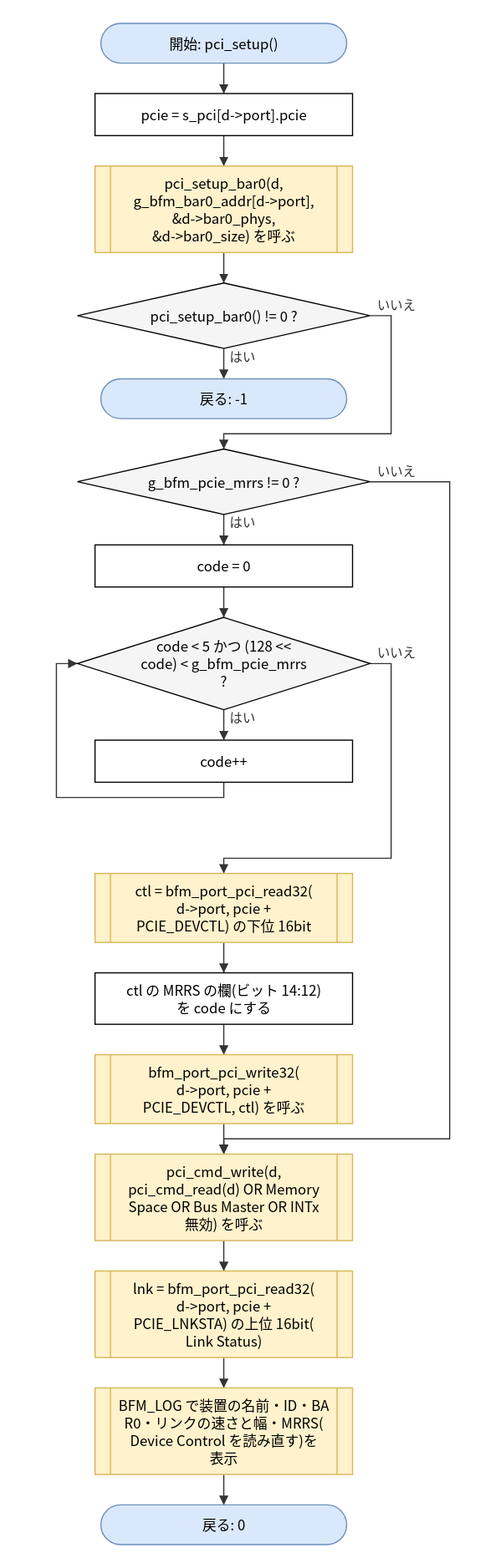
Before: doc/spec/images/flow_src_bfm_pci-pci_setup.drawio.svg, a diagram exported from draw.io (hf355051012-ai/bfmem). Source tidied: cells renumbered, new cells last; positions are measured from the earlier drawing's top-left corner, leaving out a move shared by most shapes.
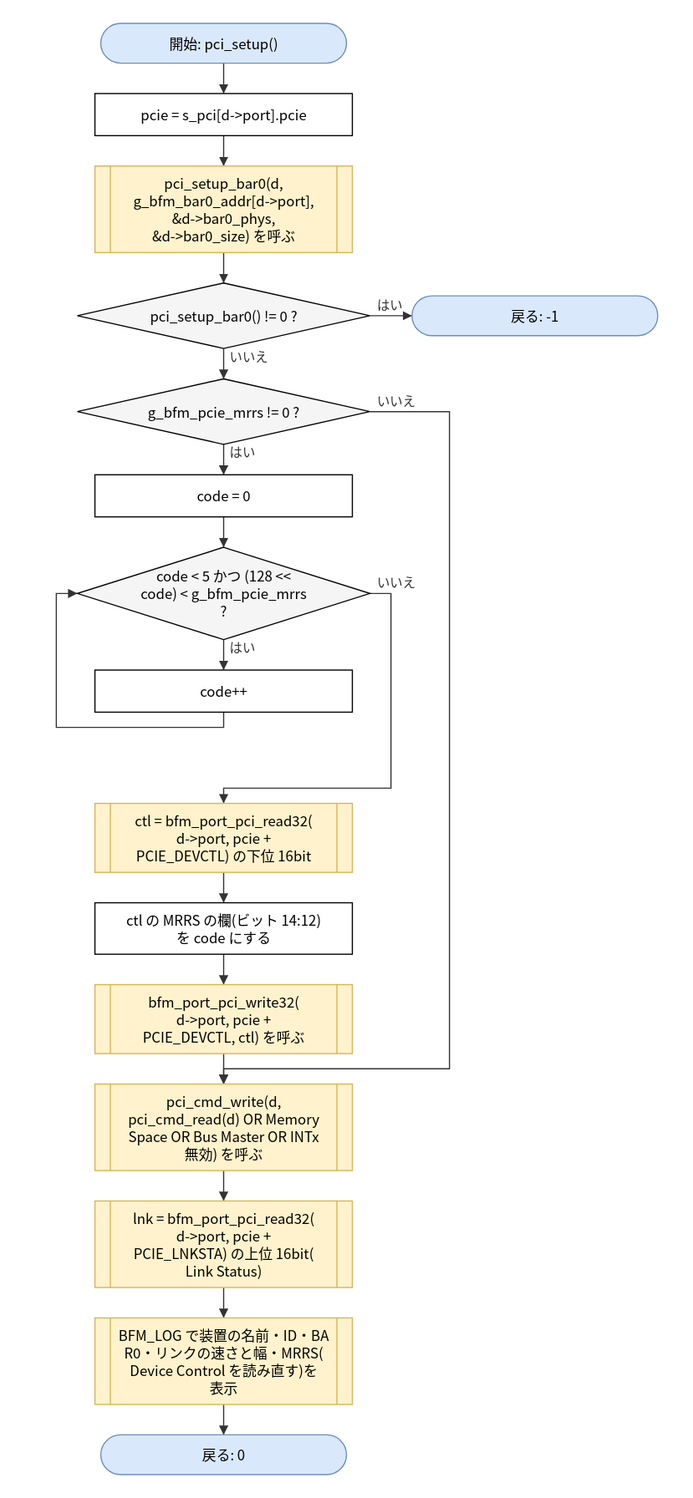
Above is the later version.

The edit, as a diff of the source:
```diff
@@ -3,19 +3,19 @@
     <mxCell id="0" />
     <mxCell id="1" parent="0" />
     <mxCell id="2" value="開始: pci_setup()" style="rounded=1;arcSize=50;whiteSpace=wrap;html=1;fillColor=#dae8fc;strokeColor=#6c8ebf;" parent="1" vertex="1">
-      <mxGeometry x="38" width="210" height="34" as="geometry" />
+      <mxGeometry x="38" y="60" width="210" height="34" as="geometry" />
     </mxCell>
     <mxCell id="3" value="pcie = s_pci[d-&amp;gt;port].pcie" style="rounded=0;whiteSpace=wrap;html=1;" parent="1" vertex="1">
-      <mxGeometry x="33" y="60" width="220" height="36" as="geometry" />
+      <mxGeometry x="33" y="120" width="220" height="36" as="geometry" />
     </mxCell>
     <mxCell id="4" value="pci_setup_bar0(d,&lt;br&gt;g_bfm_bar0_addr[d-&amp;gt;port],&lt;br&gt;&amp;amp;d-&amp;gt;bar0_phys,&lt;br&gt;&amp;amp;d-&amp;gt;bar0_size) を呼ぶ" style="shape=process;whiteSpace=wrap;html=1;backgroundOutline=1;size=0.06;fillColor=#fff2cc;strokeColor=#d6b656;" parent="1" vertex="1">
-      <mxGeometry x="33" y="122" width="220" height="74" as="geometry" />
+      <mxGeometry x="33" y="182" width="220" height="74" as="geometry" />
     </mxCell>
     <mxCell id="5" value="pci_setup_bar0() != 0 ?" style="rhombus;whiteSpace=wrap;html=1;fillColor=#f5f5f5;" parent="1" vertex="1">
-      <mxGeometry x="18" y="222" width="250" height="56" as="geometry" />
+      <mxGeometry x="18" y="282" width="250" height="56" as="geometry" />
     </mxCell>
     <mxCell id="6" value="戻る: -1" style="rounded=1;arcSize=50;whiteSpace=wrap;html=1;fillColor=#dae8fc;strokeColor=#6c8ebf;" parent="1" vertex="1">
-      <mxGeometry x="38" y="304" width="210" height="34" as="geometry" />
+      <mxGeometry x="304" y="293" width="210" height="34" as="geometry" />
     </mxCell>
     <mxCell id="7" value="g_bfm_pcie_mrrs != 0 ?" style="rhombus;whiteSpace=wrap;html=1;fillColor=#f5f5f5;" parent="1" vertex="1">
       <mxGeometry x="18" y="364" width="250" height="56" as="geometry" />
@@ -59,17 +59,11 @@
     <mxCell id="20" style="edgeStyle=none;html=1;rounded=0;endArrow=block;endFill=1;exitX=0.5000;exitY=1.0000;exitDx=0;exitDy=0;exitPerimeter=0;entryX=0.5000;entryY=0.0000;entryDx=0;entryDy=0;entryPerimeter=0;" parent="1" edge="1" source="4" target="5">
       <mxGeometry relative="1" as="geometry" />
     </mxCell>
-    <mxCell id="21" value="はい" style="edgeStyle=none;html=1;rounded=0;endArrow=block;endFill=1;exitX=0.5000;exitY=1.0000;exitDx=0;exitDy=0;exitPerimeter=0;entryX=0.5000;entryY=0.0000;entryDx=0;entryDy=0;entryPerimeter=0;" parent="1" edge="1" source="5" target="6">
+    <mxCell id="21" value="はい" style="edgeStyle=none;html=1;rounded=0;endArrow=block;endFill=1;exitX=1.0000;exitY=0.5000;exitDx=0;exitDy=0;exitPerimeter=0;entryX=0.0000;entryY=0.5000;entryDx=0;entryDy=0;entryPerimeter=0;" parent="1" edge="1" source="5" target="6">
       <mxGeometry relative="1" as="geometry" />
     </mxCell>
-    <mxCell id="22" value="いいえ" style="edgeStyle=none;html=1;rounded=0;endArrow=block;endFill=1;exitX=1.0000;exitY=0.5000;exitDx=0;exitDy=0;exitPerimeter=0;entryX=0.5000;entryY=0.0000;entryDx=0;entryDy=0;entryPerimeter=0;" parent="1" edge="1" source="5" target="7">
-      <mxGeometry relative="1" as="geometry">
-        <Array as="points">
-          <mxPoint x="286" y="250" />
-          <mxPoint x="286" y="351" />
-          <mxPoint x="143" y="351" />
-        </Array>
-      </mxGeometry>
+    <mxCell id="22" value="いいえ" style="edgeStyle=none;html=1;rounded=0;endArrow=block;endFill=1;exitX=0.5000;exitY=1.0000;exitDx=0;exitDy=0;exitPerimeter=0;entryX=0.5000;entryY=0.0000;entryDx=0;entryDy=0;entryPerimeter=0;" parent="1" edge="1" source="5" target="7">
+      <mxGeometry relative="1" as="geometry" />
     </mxCell>
     <mxCell id="23" value="はい" style="edgeStyle=none;html=1;rounded=0;endArrow=block;endFill=1;exitX=0.5000;exitY=1.0000;exitDx=0;exitDy=0;exitPerimeter=0;entryX=0.5000;entryY=0.0000;entryDx=0;entryDy=0;entryPerimeter=0;" parent="1" edge="1" source="7" target="8">
       <mxGeometry relative="1" as="geometry" />
```
